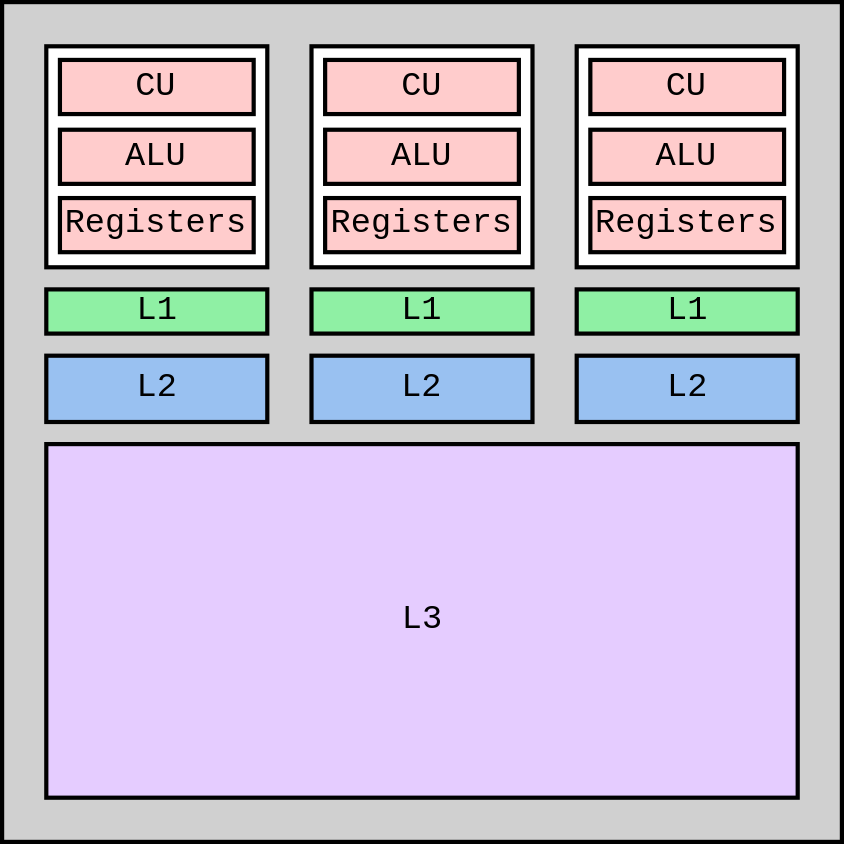
This is Presentation/Figs/CPUs_core_layout.drawio.svg from scrufulufugus/tdr-inverse-materials, a draw.io export, as it was before one commit. Source tidied: cells renumbered, new cells last; positions are measured from the earlier drawing's top-left corner, leaving out a move shared by most shapes. Its diagram source:
```xml
<mxGraphModel>
  <root>
    <mxCell id="0" />
    <mxCell id="1" parent="0" />
    <mxCell id="2" style="group;" parent="1" vertex="1">
      <mxGeometry width="600" height="600" as="geometry" />
    </mxCell>
    <mxCell id="3" style="rounded=0;whiteSpace=wrap;html=1;strokeWidth=3;fontFamily=Courier New;fontSize=24;fillColor=#D0D0D0;" parent="2" vertex="1">
      <mxGeometry width="600" height="600" as="geometry" />
    </mxCell>
    <mxCell id="4" value="L1" style="rounded=0;whiteSpace=wrap;html=1;strokeWidth=3;fillColor=#8ff0a4;fontFamily=Courier New;fontSize=24;" parent="2" vertex="1">
      <mxGeometry x="31.6" y="205.3" width="157.9" height="31.6" as="geometry" />
    </mxCell>
    <mxCell id="5" value="L1" style="rounded=0;whiteSpace=wrap;html=1;strokeWidth=3;fillColor=#8ff0a4;fontFamily=Courier New;fontSize=24;" parent="2" vertex="1">
      <mxGeometry x="221.1" y="205.3" width="157.9" height="31.6" as="geometry" />
    </mxCell>
    <mxCell id="6" value="L1" style="rounded=0;whiteSpace=wrap;html=1;strokeWidth=3;fillColor=#8ff0a4;fontFamily=Courier New;fontSize=24;" parent="2" vertex="1">
      <mxGeometry x="410.5" y="205.3" width="157.9" height="31.6" as="geometry" />
    </mxCell>
    <mxCell id="7" value="L2" style="rounded=0;whiteSpace=wrap;html=1;strokeWidth=3;fillColor=#99c1f1;fontFamily=Courier New;fontSize=24;" parent="2" vertex="1">
      <mxGeometry x="31.6" y="252.6" width="157.9" height="47.4" as="geometry" />
    </mxCell>
    <mxCell id="8" value="L2" style="rounded=0;whiteSpace=wrap;html=1;strokeWidth=3;fillColor=#99c1f1;fontFamily=Courier New;fontSize=24;" parent="2" vertex="1">
      <mxGeometry x="221.1" y="252.6" width="157.9" height="47.4" as="geometry" />
    </mxCell>
    <mxCell id="9" value="L2" style="rounded=0;whiteSpace=wrap;html=1;strokeWidth=3;fillColor=#99c1f1;fontFamily=Courier New;fontSize=24;" parent="2" vertex="1">
      <mxGeometry x="410.5" y="252.6" width="157.9" height="47.4" as="geometry" />
    </mxCell>
    <mxCell id="10" value="L3" style="rounded=0;whiteSpace=wrap;html=1;strokeWidth=3;fillColor=#E5CCFF;fontFamily=Courier New;fontSize=24;" parent="2" vertex="1">
      <mxGeometry x="31.6" y="315.8" width="536.8" height="252.6" as="geometry" />
    </mxCell>
    <mxCell id="11" style="group;" parent="2" vertex="1">
      <mxGeometry x="410.5" y="31.6" width="157.9" height="157.9" as="geometry" />
    </mxCell>
    <mxCell id="12" style="rounded=0;whiteSpace=wrap;html=1;strokeWidth=3;fillColor=#FFFFFF;fontFamily=Courier New;fontSize=24;" parent="11" vertex="1">
      <mxGeometry width="157.9" height="157.9" as="geometry" />
    </mxCell>
    <mxCell id="13" value="CU" style="rounded=0;whiteSpace=wrap;html=1;strokeWidth=3;fillColor=#FFCCCC;fontFamily=Courier New;fontSize=24;" parent="11" vertex="1">
      <mxGeometry x="9.7" y="9.7" width="138.4" height="38.7" as="geometry" />
    </mxCell>
    <mxCell id="14" value="ALU" style="rounded=0;whiteSpace=wrap;html=1;strokeWidth=3;fillColor=#FFCCCC;fontFamily=Courier New;fontSize=24;" parent="11" vertex="1">
      <mxGeometry x="9.7" y="59.6" width="138.4" height="38.7" as="geometry" />
    </mxCell>
    <mxCell id="15" value="Registers" style="rounded=0;whiteSpace=wrap;html=1;strokeWidth=3;fillColor=#FFCCCC;fontFamily=Courier New;fontSize=24;" parent="11" vertex="1">
      <mxGeometry x="9.7" y="108.4" width="138.4" height="38.7" as="geometry" />
    </mxCell>
    <mxCell id="16" style="group;" parent="2" vertex="1">
      <mxGeometry x="221" y="31.6" width="157.9" height="157.9" as="geometry" />
    </mxCell>
    <mxCell id="17" style="rounded=0;whiteSpace=wrap;html=1;strokeWidth=3;fillColor=#FFFFFF;fontFamily=Courier New;fontSize=24;" parent="16" vertex="1">
      <mxGeometry width="157.9" height="157.9" as="geometry" />
    </mxCell>
    <mxCell id="18" value="CU" style="rounded=0;whiteSpace=wrap;html=1;strokeWidth=3;fillColor=#FFCCCC;fontFamily=Courier New;fontSize=24;" parent="16" vertex="1">
      <mxGeometry x="9.7" y="9.7" width="138.4" height="38.7" as="geometry" />
    </mxCell>
    <mxCell id="19" value="ALU" style="rounded=0;whiteSpace=wrap;html=1;strokeWidth=3;fillColor=#FFCCCC;fontFamily=Courier New;fontSize=24;" parent="16" vertex="1">
      <mxGeometry x="9.7" y="59.6" width="138.4" height="38.7" as="geometry" />
    </mxCell>
    <mxCell id="20" value="Registers" style="rounded=0;whiteSpace=wrap;html=1;strokeWidth=3;fillColor=#FFCCCC;fontFamily=Courier New;fontSize=24;" parent="16" vertex="1">
      <mxGeometry x="9.7" y="108.4" width="138.4" height="38.7" as="geometry" />
    </mxCell>
    <mxCell id="21" style="group;" parent="2" vertex="1">
      <mxGeometry x="31.6" y="31.6" width="157.9" height="157.9" as="geometry" />
    </mxCell>
    <mxCell id="22" style="rounded=0;whiteSpace=wrap;html=1;strokeWidth=3;fillColor=#FFFFFF;fontFamily=Courier New;fontSize=24;" parent="21" vertex="1">
      <mxGeometry width="157.9" height="157.9" as="geometry" />
    </mxCell>
    <mxCell id="23" value="CU" style="rounded=0;whiteSpace=wrap;html=1;strokeWidth=3;fillColor=#FFCCCC;fontFamily=Courier New;fontSize=24;" parent="21" vertex="1">
      <mxGeometry x="9.7" y="9.7" width="138.4" height="38.7" as="geometry" />
    </mxCell>
    <mxCell id="24" value="ALU" style="rounded=0;whiteSpace=wrap;html=1;strokeWidth=3;fillColor=#FFCCCC;fontFamily=Courier New;fontSize=24;" parent="21" vertex="1">
      <mxGeometry x="9.7" y="59.6" width="138.4" height="38.7" as="geometry" />
    </mxCell>
    <mxCell id="25" value="Registers" style="rounded=0;whiteSpace=wrap;html=1;strokeWidth=3;fillColor=#FFCCCC;fontFamily=Courier New;fontSize=24;" parent="21" vertex="1">
      <mxGeometry x="9.7" y="108.4" width="138.4" height="38.7" as="geometry" />
    </mxCell>
  </root>
</mxGraphModel>
```
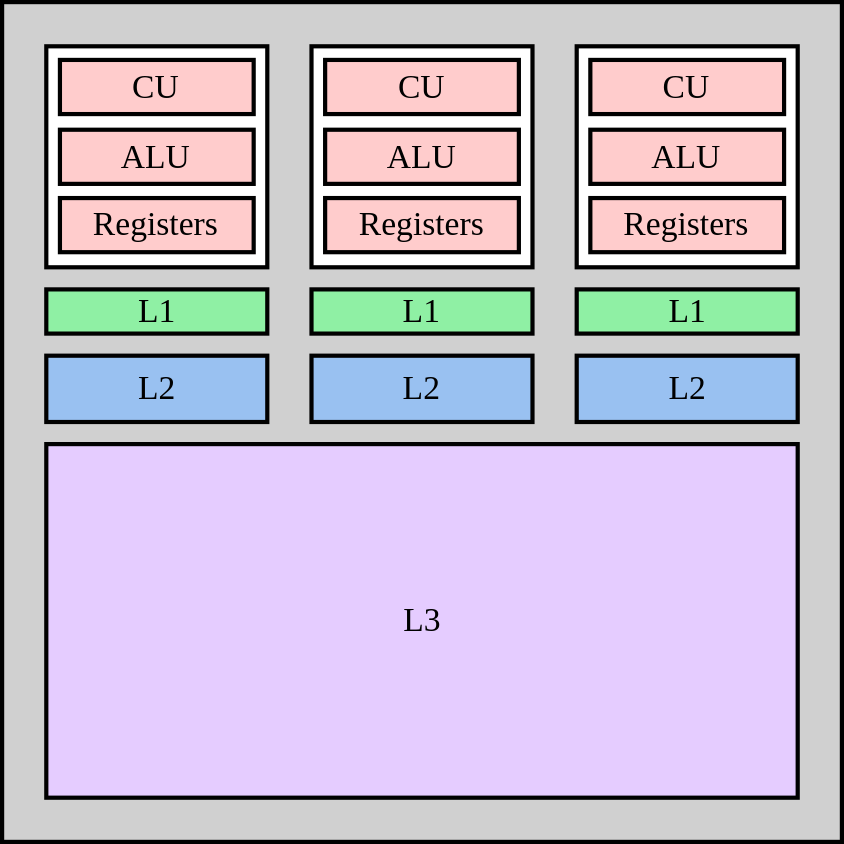
The same diagram one commit later.

Diff of the diagram source:
```diff
@@ -2,76 +2,76 @@
   <root>
     <mxCell id="0" />
     <mxCell id="1" parent="0" />
-    <mxCell id="2" style="group;" parent="1" vertex="1">
+    <mxCell id="2" style="group;fontFamily=DMCA Sans Serif;" parent="1" vertex="1">
       <mxGeometry width="600" height="600" as="geometry" />
     </mxCell>
-    <mxCell id="3" style="rounded=0;whiteSpace=wrap;html=1;strokeWidth=3;fontFamily=Courier New;fontSize=24;fillColor=#D0D0D0;" parent="2" vertex="1">
+    <mxCell id="3" style="rounded=0;whiteSpace=wrap;html=1;strokeWidth=3;fontFamily=DMCA Sans Serif;fontSize=24;fillColor=#D0D0D0;" parent="2" vertex="1">
       <mxGeometry width="600" height="600" as="geometry" />
     </mxCell>
-    <mxCell id="4" value="L1" style="rounded=0;whiteSpace=wrap;html=1;strokeWidth=3;fillColor=#8ff0a4;fontFamily=Courier New;fontSize=24;" parent="2" vertex="1">
+    <mxCell id="4" value="L1" style="rounded=0;whiteSpace=wrap;html=1;strokeWidth=3;fillColor=#8ff0a4;fontFamily=DMCA Sans Serif;fontSize=24;" parent="2" vertex="1">
       <mxGeometry x="31.6" y="205.3" width="157.9" height="31.6" as="geometry" />
     </mxCell>
-    <mxCell id="5" value="L1" style="rounded=0;whiteSpace=wrap;html=1;strokeWidth=3;fillColor=#8ff0a4;fontFamily=Courier New;fontSize=24;" parent="2" vertex="1">
+    <mxCell id="5" value="L1" style="rounded=0;whiteSpace=wrap;html=1;strokeWidth=3;fillColor=#8ff0a4;fontFamily=DMCA Sans Serif;fontSize=24;" parent="2" vertex="1">
       <mxGeometry x="221.1" y="205.3" width="157.9" height="31.6" as="geometry" />
     </mxCell>
-    <mxCell id="6" value="L1" style="rounded=0;whiteSpace=wrap;html=1;strokeWidth=3;fillColor=#8ff0a4;fontFamily=Courier New;fontSize=24;" parent="2" vertex="1">
+    <mxCell id="6" value="L1" style="rounded=0;whiteSpace=wrap;html=1;strokeWidth=3;fillColor=#8ff0a4;fontFamily=DMCA Sans Serif;fontSize=24;" parent="2" vertex="1">
       <mxGeometry x="410.5" y="205.3" width="157.9" height="31.6" as="geometry" />
     </mxCell>
-    <mxCell id="7" value="L2" style="rounded=0;whiteSpace=wrap;html=1;strokeWidth=3;fillColor=#99c1f1;fontFamily=Courier New;fontSize=24;" parent="2" vertex="1">
+    <mxCell id="7" value="L2" style="rounded=0;whiteSpace=wrap;html=1;strokeWidth=3;fillColor=#99c1f1;fontFamily=DMCA Sans Serif;fontSize=24;" parent="2" vertex="1">
       <mxGeometry x="31.6" y="252.6" width="157.9" height="47.4" as="geometry" />
     </mxCell>
-    <mxCell id="8" value="L2" style="rounded=0;whiteSpace=wrap;html=1;strokeWidth=3;fillColor=#99c1f1;fontFamily=Courier New;fontSize=24;" parent="2" vertex="1">
+    <mxCell id="8" value="L2" style="rounded=0;whiteSpace=wrap;html=1;strokeWidth=3;fillColor=#99c1f1;fontFamily=DMCA Sans Serif;fontSize=24;" parent="2" vertex="1">
       <mxGeometry x="221.1" y="252.6" width="157.9" height="47.4" as="geometry" />
     </mxCell>
-    <mxCell id="9" value="L2" style="rounded=0;whiteSpace=wrap;html=1;strokeWidth=3;fillColor=#99c1f1;fontFamily=Courier New;fontSize=24;" parent="2" vertex="1">
+    <mxCell id="9" value="L2" style="rounded=0;whiteSpace=wrap;html=1;strokeWidth=3;fillColor=#99c1f1;fontFamily=DMCA Sans Serif;fontSize=24;" parent="2" vertex="1">
       <mxGeometry x="410.5" y="252.6" width="157.9" height="47.4" as="geometry" />
     </mxCell>
-    <mxCell id="10" value="L3" style="rounded=0;whiteSpace=wrap;html=1;strokeWidth=3;fillColor=#E5CCFF;fontFamily=Courier New;fontSize=24;" parent="2" vertex="1">
+    <mxCell id="10" value="L3" style="rounded=0;whiteSpace=wrap;html=1;strokeWidth=3;fillColor=#E5CCFF;fontFamily=DMCA Sans Serif;fontSize=24;" parent="2" vertex="1">
       <mxGeometry x="31.6" y="315.8" width="536.8" height="252.6" as="geometry" />
     </mxCell>
-    <mxCell id="11" style="group;" parent="2" vertex="1">
+    <mxCell id="11" style="group;fontFamily=DMCA Sans Serif;" parent="2" vertex="1">
       <mxGeometry x="410.5" y="31.6" width="157.9" height="157.9" as="geometry" />
     </mxCell>
-    <mxCell id="12" style="rounded=0;whiteSpace=wrap;html=1;strokeWidth=3;fillColor=#FFFFFF;fontFamily=Courier New;fontSize=24;" parent="11" vertex="1">
+    <mxCell id="12" style="rounded=0;whiteSpace=wrap;html=1;strokeWidth=3;fillColor=#FFFFFF;fontFamily=DMCA Sans Serif;fontSize=24;" parent="11" vertex="1">
       <mxGeometry width="157.9" height="157.9" as="geometry" />
     </mxCell>
-    <mxCell id="13" value="CU" style="rounded=0;whiteSpace=wrap;html=1;strokeWidth=3;fillColor=#FFCCCC;fontFamily=Courier New;fontSize=24;" parent="11" vertex="1">
+    <mxCell id="13" value="CU" style="rounded=0;whiteSpace=wrap;html=1;strokeWidth=3;fillColor=#FFCCCC;fontFamily=DMCA Sans Serif;fontSize=24;" parent="11" vertex="1">
       <mxGeometry x="9.7" y="9.7" width="138.4" height="38.7" as="geometry" />
     </mxCell>
-    <mxCell id="14" value="ALU" style="rounded=0;whiteSpace=wrap;html=1;strokeWidth=3;fillColor=#FFCCCC;fontFamily=Courier New;fontSize=24;" parent="11" vertex="1">
+    <mxCell id="14" value="ALU" style="rounded=0;whiteSpace=wrap;html=1;strokeWidth=3;fillColor=#FFCCCC;fontFamily=DMCA Sans Serif;fontSize=24;" parent="11" vertex="1">
       <mxGeometry x="9.7" y="59.6" width="138.4" height="38.7" as="geometry" />
     </mxCell>
-    <mxCell id="15" value="Registers" style="rounded=0;whiteSpace=wrap;html=1;strokeWidth=3;fillColor=#FFCCCC;fontFamily=Courier New;fontSize=24;" parent="11" vertex="1">
+    <mxCell id="15" value="Registers" style="rounded=0;whiteSpace=wrap;html=1;strokeWidth=3;fillColor=#FFCCCC;fontFamily=DMCA Sans Serif;fontSize=24;" parent="11" vertex="1">
       <mxGeometry x="9.7" y="108.4" width="138.4" height="38.7" as="geometry" />
     </mxCell>
-    <mxCell id="16" style="group;" parent="2" vertex="1">
+    <mxCell id="16" style="group;fontFamily=DMCA Sans Serif;" parent="2" vertex="1">
       <mxGeometry x="221" y="31.6" width="157.9" height="157.9" as="geometry" />
     </mxCell>
-    <mxCell id="17" style="rounded=0;whiteSpace=wrap;html=1;strokeWidth=3;fillColor=#FFFFFF;fontFamily=Courier New;fontSize=24;" parent="16" vertex="1">
+    <mxCell id="17" style="rounded=0;whiteSpace=wrap;html=1;strokeWidth=3;fillColor=#FFFFFF;fontFamily=DMCA Sans Serif;fontSize=24;" parent="16" vertex="1">
       <mxGeometry width="157.9" height="157.9" as="geometry" />
     </mxCell>
-    <mxCell id="18" value="CU" style="rounded=0;whiteSpace=wrap;html=1;strokeWidth=3;fillColor=#FFCCCC;fontFamily=Courier New;fontSize=24;" parent="16" vertex="1">
+    <mxCell id="18" value="CU" style="rounded=0;whiteSpace=wrap;html=1;strokeWidth=3;fillColor=#FFCCCC;fontFamily=DMCA Sans Serif;fontSize=24;" parent="16" vertex="1">
       <mxGeometry x="9.7" y="9.7" width="138.4" height="38.7" as="geometry" />
     </mxCell>
-    <mxCell id="19" value="ALU" style="rounded=0;whiteSpace=wrap;html=1;strokeWidth=3;fillColor=#FFCCCC;fontFamily=Courier New;fontSize=24;" parent="16" vertex="1">
+    <mxCell id="19" value="ALU" style="rounded=0;whiteSpace=wrap;html=1;strokeWidth=3;fillColor=#FFCCCC;fontFamily=DMCA Sans Serif;fontSize=24;" parent="16" vertex="1">
       <mxGeometry x="9.7" y="59.6" width="138.4" height="38.7" as="geometry" />
     </mxCell>
-    <mxCell id="20" value="Registers" style="rounded=0;whiteSpace=wrap;html=1;strokeWidth=3;fillColor=#FFCCCC;fontFamily=Courier New;fontSize=24;" parent="16" vertex="1">
+    <mxCell id="20" value="Registers" style="rounded=0;whiteSpace=wrap;html=1;strokeWidth=3;fillColor=#FFCCCC;fontFamily=DMCA Sans Serif;fontSize=24;" parent="16" vertex="1">
       <mxGeometry x="9.7" y="108.4" width="138.4" height="38.7" as="geometry" />
     </mxCell>
-    <mxCell id="21" style="group;" parent="2" vertex="1">
+    <mxCell id="21" style="group;fontFamily=DMCA Sans Serif;" parent="2" vertex="1">
       <mxGeometry x="31.6" y="31.6" width="157.9" height="157.9" as="geometry" />
     </mxCell>
-    <mxCell id="22" style="rounded=0;whiteSpace=wrap;html=1;strokeWidth=3;fillColor=#FFFFFF;fontFamily=Courier New;fontSize=24;" parent="21" vertex="1">
+    <mxCell id="22" style="rounded=0;whiteSpace=wrap;html=1;strokeWidth=3;fillColor=#FFFFFF;fontFamily=DMCA Sans Serif;fontSize=24;" parent="21" vertex="1">
       <mxGeometry width="157.9" height="157.9" as="geometry" />
     </mxCell>
-    <mxCell id="23" value="CU" style="rounded=0;whiteSpace=wrap;html=1;strokeWidth=3;fillColor=#FFCCCC;fontFamily=Courier New;fontSize=24;" parent="21" vertex="1">
+    <mxCell id="23" value="CU" style="rounded=0;whiteSpace=wrap;html=1;strokeWidth=3;fillColor=#FFCCCC;fontFamily=DMCA Sans Serif;fontSize=24;" parent="21" vertex="1">
       <mxGeometry x="9.7" y="9.7" width="138.4" height="38.7" as="geometry" />
     </mxCell>
-    <mxCell id="24" value="ALU" style="rounded=0;whiteSpace=wrap;html=1;strokeWidth=3;fillColor=#FFCCCC;fontFamily=Courier New;fontSize=24;" parent="21" vertex="1">
+    <mxCell id="24" value="ALU" style="rounded=0;whiteSpace=wrap;html=1;strokeWidth=3;fillColor=#FFCCCC;fontFamily=DMCA Sans Serif;fontSize=24;" parent="21" vertex="1">
       <mxGeometry x="9.7" y="59.6" width="138.4" height="38.7" as="geometry" />
     </mxCell>
-    <mxCell id="25" value="Registers" style="rounded=0;whiteSpace=wrap;html=1;strokeWidth=3;fillColor=#FFCCCC;fontFamily=Courier New;fontSize=24;" parent="21" vertex="1">
+    <mxCell id="25" value="Registers" style="rounded=0;whiteSpace=wrap;html=1;strokeWidth=3;fillColor=#FFCCCC;fontFamily=DMCA Sans Serif;fontSize=24;" parent="21" vertex="1">
       <mxGeometry x="9.7" y="108.4" width="138.4" height="38.7" as="geometry" />
     </mxCell>
   </root>
```
